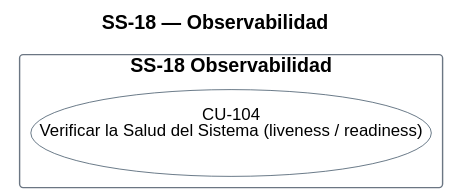
Before: diagramas/uml/CU_SS-18_Observabilidad-Y-Operacion.svg, a diagram exported from PlantUML (Nahuelito-Dev/splg-docs).
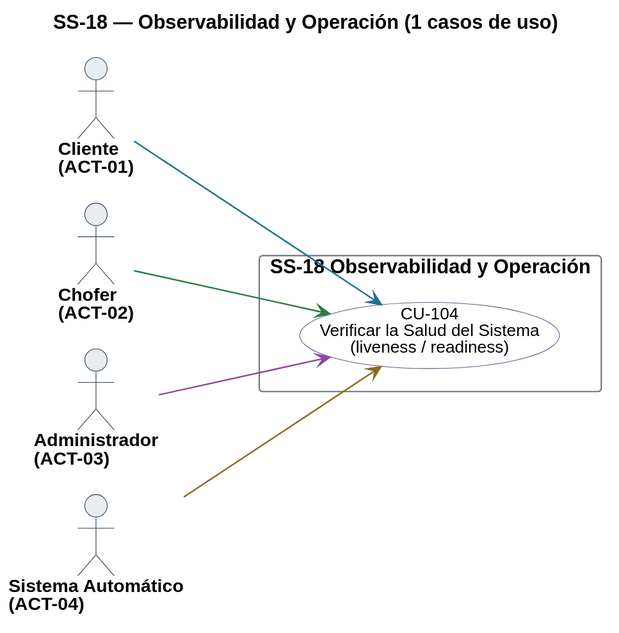
After the change.

Diff of the diagram source:
```diff
@@ -1,22 +1,23 @@
 @startuml
-!pragma layout smetana
-title SS-18 — Observabilidad
+title SS-18 — Observabilidad y Operación (1 casos de uso)
 left to right direction
 skinparam backgroundColor #FFFFFF
 skinparam shadowing false
 skinparam defaultFontName Helvetica
 skinparam defaultFontSize 13
+skinparam dpi 150
 skinparam ArrowColor #2C4257
+skinparam ArrowThickness 1.1
 skinparam actor {
   BorderColor #2C4257
   BackgroundColor #E8EDF2
+  FontSize 13
+  FontStyle bold
 }
 skinparam usecase {
   BorderColor #2C4257
   BackgroundColor #FFFFFF
   FontSize 12
-  BorderColor<<pendiente>> #9C4436
-  BackgroundColor<<pendiente>> #F6E4E1
 }
 skinparam rectangle {
   BorderColor #6B7683
@@ -24,8 +25,24 @@
   FontStyle bold
 }
 
+skinparam nodesep 18
+skinparam ranksep 70
+skinparam usecase {
+  BorderColor<<pendiente>> #9C4436
+  BackgroundColor<<pendiente>> #F6E4E1
+}
 
-rectangle "SS-18 Observabilidad" {
-  usecase "CU-104\nVerificar la Salud del Sistema (liveness / readiness)" as U104
+actor "Cliente\n(ACT-01)" as A01
+actor "Chofer\n(ACT-02)" as A02
+actor "Administrador\n(ACT-03)" as A03
+actor "Sistema Automático\n(ACT-04)" as A04
+
+rectangle "SS-18 Observabilidad y Operación" {
+  usecase "CU-104\nVerificar la Salud del Sistema\n(liveness / readiness)" as U104 #back:FFFFFF;line:5B5F87
 }
+
+A01 -[#1F6F8B]-> U104
+A02 -[#2E7D46]-> U104
+A03 -[#8C4A9E]-> U104
+A04 -[#8A6D1F]-> U104
 @enduml
```
